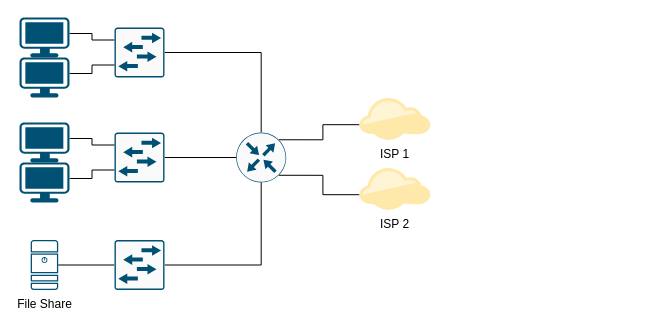
The draw.io diagram structural scheme.drawio in Dasatrys/cosmos-web, before the edit. Source tidied: cells renumbered, new cells numbered last; positions are measured from the earlier drawing's top-left corner, leaving out a move shared by most shapes. Both pictures are drawn from the tidied source at 100%, with x=0, y=0 at pixel (19, 17).
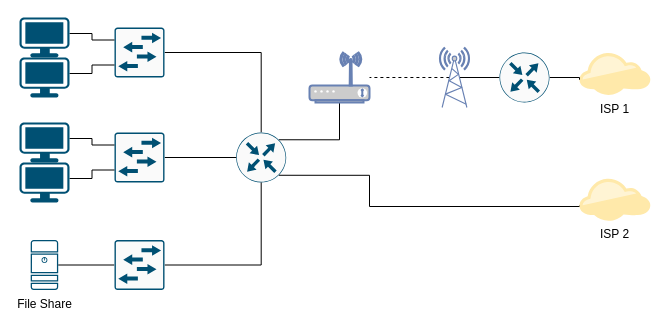
The same diagram, later.

Unchanged cells that the change refers to:
```xml
<mxCell id="6" value="&lt;blockquote style=&quot;margin: 0 0 0 40px; border: none; padding: 0px;&quot;&gt;&lt;blockquote style=&quot;margin: 0 0 0 40px; border: none; padding: 0px;&quot;&gt;&lt;div style=&quot;&quot;&gt;&lt;br&gt;&lt;/div&gt;&lt;/blockquote&gt;&lt;/blockquote&gt;&lt;div style=&quot;text-align: justify;&quot;&gt;&lt;/div&gt;" style="sketch=0;points=[[0.5,0,0],[1,0.5,0],[0.5,1,0],[0,0.5,0],[0.145,0.145,0],[0.8555,0.145,0],[0.855,0.8555,0],[0.145,0.855,0]];verticalLabelPosition=bottom;html=1;verticalAlign=top;align=center;shape=mxgraph.cisco19.rect;prIcon=router;fillColor=#FAFAFA;strokeColor=#005073;" parent="1" vertex="1">
  <mxGeometry x="216.7" y="115" width="50" height="50" as="geometry" />
</mxCell>
```

The edit, as a diff of the source:
```diff
@@
-    <mxCell id="2" style="edgeStyle=orthogonalEdgeStyle;shape=connector;rounded=0;jettySize=auto;html=1;exitX=0;exitY=0.64;exitDx=0;exitDy=0;exitPerimeter=0;entryX=0.8555;entryY=0.145;entryDx=0;entryDy=0;entryPerimeter=0;shadow=0;labelBackgroundColor=default;strokeColor=default;fontFamily=Helvetica;fontSize=1;fontColor=default;endArrow=none;endFill=0;" parent="1" edge="1" source="3" target="6">
-      <mxGeometry relative="1" as="geometry" />
-    </mxCell>
     <mxCell id="3" value="ISP 1" style="points=[[0,0.64,0],[0.2,0.15,0],[0.4,0.01,0],[0.79,0.25,0],[1,0.65,0],[0.8,0.86,0],[0.41,1,0],[0.16,0.86,0]];verticalLabelPosition=bottom;sketch=0;html=1;verticalAlign=top;align=center;shape=mxgraph.cisco19.cloud2;fillColor=#FFE9AA;strokeColor=none;" parent="1" vertex="1">
-      <mxGeometry x="340" y="80" width="70.8" height="42.5" as="geometry" />
+      <mxGeometry x="560" y="35" width="70.8" height="42.5" as="geometry" />
     </mxCell>
@@
+    <mxCell id="23" style="edgeStyle=orthogonalEdgeStyle;rounded=0;jettySize=auto;html=1;exitX=0.8555;exitY=0.145;exitDx=0;exitDy=0;exitPerimeter=0;endArrow=none;endFill=0;" parent="1" edge="1" source="6" target="29">
+      <mxGeometry relative="1" as="geometry" />
+    </mxCell>
@@
     <mxCell id="21" style="edgeStyle=orthogonalEdgeStyle;shape=connector;rounded=0;jettySize=auto;html=1;exitX=0;exitY=0.64;exitDx=0;exitDy=0;exitPerimeter=0;entryX=0.855;entryY=0.8555;entryDx=0;entryDy=0;entryPerimeter=0;shadow=0;labelBackgroundColor=default;strokeColor=default;fontFamily=Helvetica;fontSize=1;fontColor=default;endArrow=none;endFill=0;" parent="1" edge="1" source="22" target="6">
-      <mxGeometry relative="1" as="geometry" />
+      <mxGeometry relative="1" as="geometry">
+        <Array as="points">
+          <mxPoint x="350" y="189" />
+          <mxPoint x="350" y="158" />
+        </Array>
+      </mxGeometry>
     </mxCell>
     <mxCell id="22" value="ISP 2" style="points=[[0,0.64,0],[0.2,0.15,0],[0.4,0.01,0],[0.79,0.25,0],[1,0.65,0],[0.8,0.86,0],[0.41,1,0],[0.16,0.86,0]];verticalLabelPosition=bottom;sketch=0;html=1;verticalAlign=top;align=center;shape=mxgraph.cisco19.cloud2;fillColor=#FFE9AA;strokeColor=none;" parent="1" vertex="1">
-      <mxGeometry x="340" y="150" width="70.8" height="42.5" as="geometry" />
+      <mxGeometry x="560" y="160.8" width="70.8" height="42.5" as="geometry" />
     </mxCell>
+    <mxCell id="24" style="edgeStyle=orthogonalEdgeStyle;shape=connector;rounded=0;jettySize=auto;html=1;exitX=0.67;exitY=0.5;exitDx=0;exitDy=0;exitPerimeter=0;entryX=0;entryY=0.5;entryDx=0;entryDy=0;entryPerimeter=0;labelBackgroundColor=default;strokeColor=default;fontFamily=Helvetica;fontSize=11;fontColor=default;endArrow=none;endFill=0;" parent="1" edge="1" source="26" target="28">
+      <mxGeometry relative="1" as="geometry" />
+    </mxCell>
+    <mxCell id="25" style="edgeStyle=orthogonalEdgeStyle;shape=connector;rounded=0;jettySize=auto;html=1;exitX=0.33;exitY=0.5;exitDx=0;exitDy=0;exitPerimeter=0;labelBackgroundColor=default;strokeColor=default;fontFamily=Helvetica;fontSize=11;fontColor=default;endArrow=none;endFill=0;dashed=1;" parent="1" edge="1" source="26" target="29">
+      <mxGeometry relative="1" as="geometry" />
+    </mxCell>
+    <mxCell id="26" style="fontColor=#0066CC;verticalAlign=top;verticalLabelPosition=bottom;labelPosition=center;align=center;html=1;outlineConnect=0;fillColor=#CCCCCC;strokeColor=#6881B3;gradientColor=none;gradientDirection=north;strokeWidth=2;shape=mxgraph.networks.radio_tower;" parent="1" vertex="1">
+      <mxGeometry x="420" y="30" width="30" height="60" as="geometry" />
+    </mxCell>
+    <mxCell id="27" style="edgeStyle=orthogonalEdgeStyle;shape=connector;rounded=0;jettySize=auto;html=1;exitX=1;exitY=0.5;exitDx=0;exitDy=0;exitPerimeter=0;entryX=0;entryY=0.64;entryDx=0;entryDy=0;entryPerimeter=0;labelBackgroundColor=default;strokeColor=default;fontFamily=Helvetica;fontSize=11;fontColor=default;endArrow=none;endFill=0;" parent="1" edge="1" source="28" target="3">
+      <mxGeometry relative="1" as="geometry" />
+    </mxCell>
+    <mxCell id="28" style="sketch=0;points=[[0.5,0,0],[1,0.5,0],[0.5,1,0],[0,0.5,0],[0.145,0.145,0],[0.8555,0.145,0],[0.855,0.8555,0],[0.145,0.855,0]];verticalLabelPosition=bottom;html=1;verticalAlign=top;align=center;shape=mxgraph.cisco19.rect;prIcon=router;fillColor=#FAFAFA;strokeColor=#005073;" parent="1" vertex="1">
+      <mxGeometry x="480" y="35" width="50" height="50" as="geometry" />
+    </mxCell>
+    <mxCell id="29" style="fontColor=#0066CC;verticalAlign=top;verticalLabelPosition=bottom;labelPosition=center;align=center;html=1;outlineConnect=0;fillColor=#CCCCCC;strokeColor=#6881B3;gradientColor=none;gradientDirection=north;strokeWidth=2;shape=mxgraph.networks.wireless_modem;" parent="1" vertex="1">
+      <mxGeometry x="290" y="35" width="60" height="50" as="geometry" />
+    </mxCell>
```
